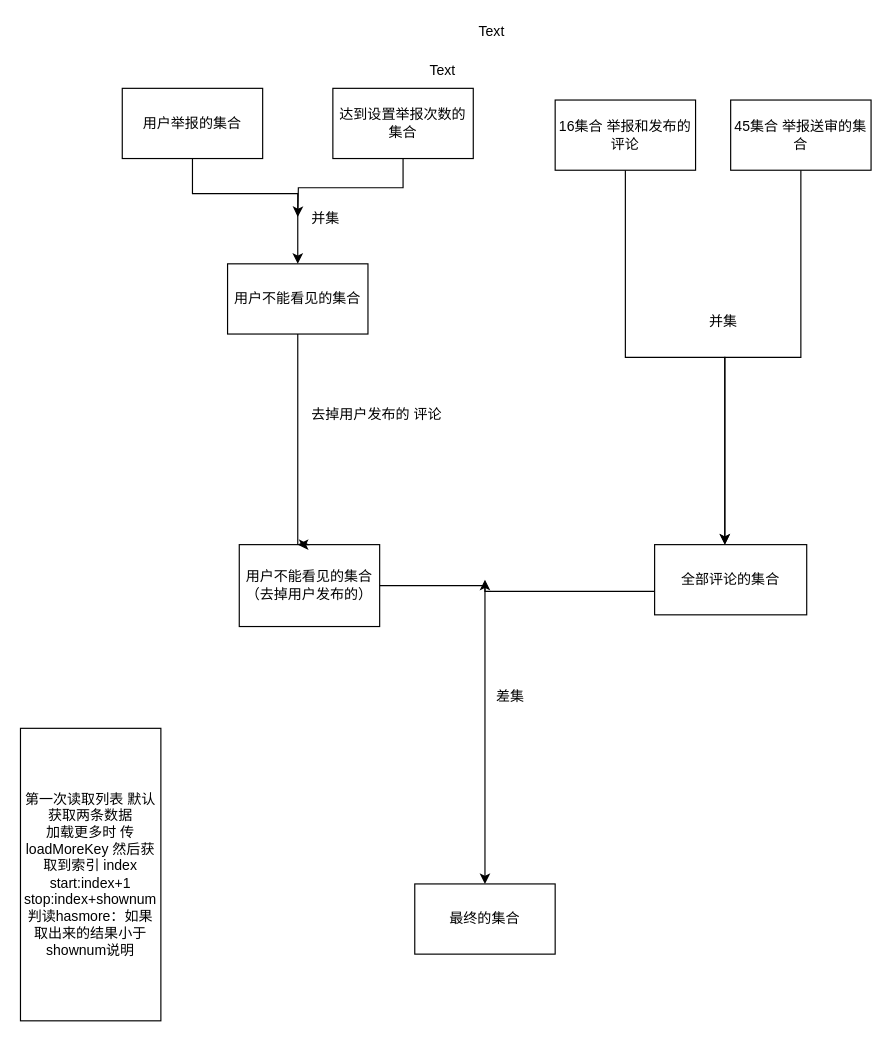
The draw.io diagram Untitled Diagram.drawio in DWNEWS-weiqingtao/node-mysql-instance, before the edit. Source tidied: cells renumbered, new cells numbered last; positions are measured from the earlier drawing's top-left corner, leaving out a move shared by most shapes. Both pictures are drawn from the tidied source at 117%, with x=0, y=0 at pixel (20, 20).
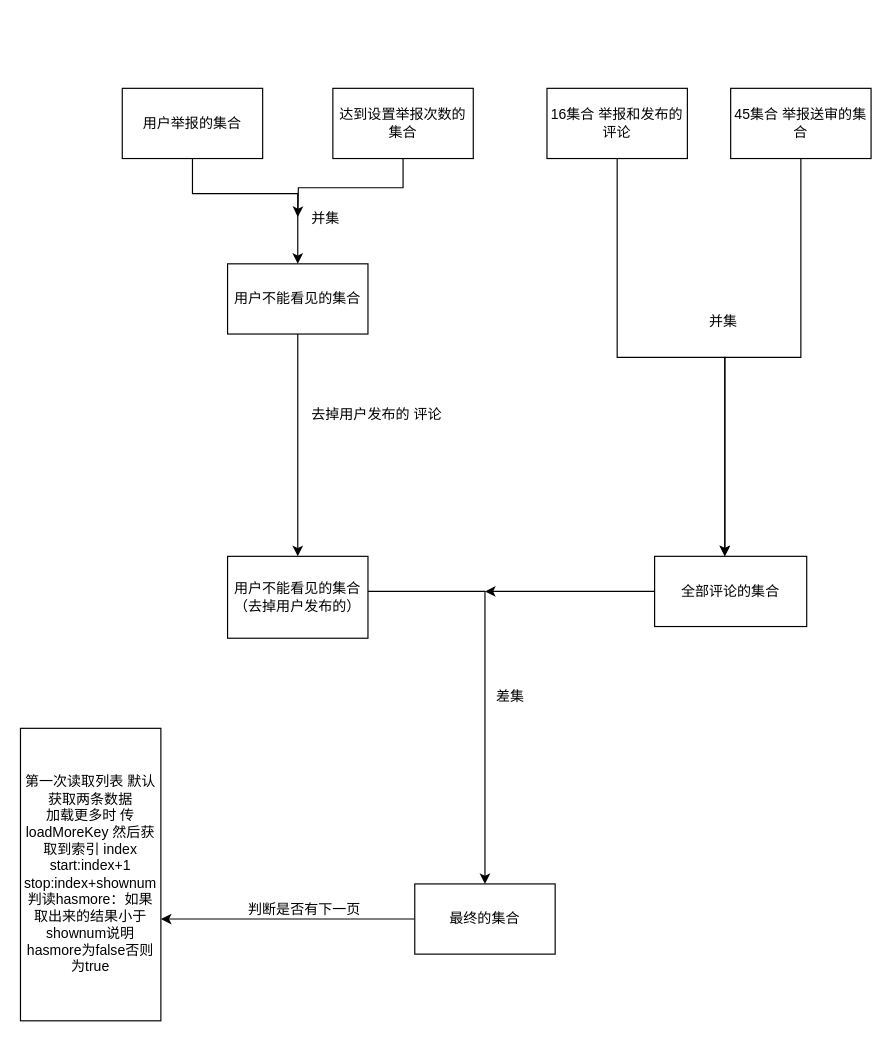
After the change.

The change refers to these unchanged cells:
```xml
<mxCell id="19" value="最终的集合" style="rounded=0;whiteSpace=wrap;html=1;" parent="1" vertex="1">
  <mxGeometry x="337" y="738" width="120" height="60" as="geometry" />
</mxCell>
```

What changed in the source:
```diff
@@
     <mxCell id="9" style="edgeStyle=orthogonalEdgeStyle;rounded=0;jettySize=auto;html=1;" parent="1" edge="1" source="10" target="19">
-      <mxGeometry relative="1" as="geometry" />
+      <mxGeometry relative="1" as="geometry">
+        <Array as="points">
+          <mxPoint x="397" y="488" />
+        </Array>
+      </mxGeometry>
     </mxCell>
     <mxCell id="10" value="用户不能看见的集合（去掉用户发布的）" style="rounded=0;whiteSpace=wrap;html=1;" parent="1" vertex="1">
-      <mxGeometry x="187" y="448" width="120" height="70" as="geometry" />
+      <mxGeometry x="177" y="458" width="120" height="70" as="geometry" />
     </mxCell>
@@
     <mxCell id="12" style="edgeStyle=orthogonalEdgeStyle;rounded=0;jettySize=auto;html=1;" parent="1" edge="1" source="13" target="17">
       <mxGeometry relative="1" as="geometry">
         <Array as="points">
-          <mxPoint x="517" y="288" />
+          <mxPoint x="510" y="288" />
           <mxPoint x="602" y="288" />
         </Array>
       </mxGeometry>
     </mxCell>
     <mxCell id="13" value="16集合 举报和发布的评论" style="rounded=0;whiteSpace=wrap;html=1;" parent="1" vertex="1">
-      <mxGeometry x="457" y="68" width="120" height="60" as="geometry" />
+      <mxGeometry x="450" y="58" width="120" height="60" as="geometry" />
     </mxCell>
@@
     <mxCell id="15" value="45集合 举报送审的集合" style="rounded=0;whiteSpace=wrap;html=1;" parent="1" vertex="1">
-      <mxGeometry x="607" y="68" width="120" height="60" as="geometry" />
+      <mxGeometry x="607" y="58" width="120" height="60" as="geometry" />
     </mxCell>
-    <mxCell id="16" style="edgeStyle=orthogonalEdgeStyle;rounded=0;jettySize=auto;html=1;" parent="1" edge="1" source="17">
-      <mxGeometry relative="1" as="geometry">
-        <mxPoint x="397" y="478" as="targetPoint" />
-        <Array as="points">
-          <mxPoint x="397" y="488" />
-        </Array>
-      </mxGeometry>
-    </mxCell>
+    <mxCell id="26" style="edgeStyle=orthogonalEdgeStyle;rounded=0;jettySize=auto;html=1;" parent="1" edge="1" source="17">
+      <mxGeometry relative="1" as="geometry">
+        <mxPoint x="397" y="488" as="targetPoint" />
+      </mxGeometry>
+    </mxCell>
     <mxCell id="17" value="全部评论的集合" style="rounded=0;whiteSpace=wrap;html=1;" parent="1" vertex="1">
-      <mxGeometry x="542" y="448" width="130" height="60" as="geometry" />
+      <mxGeometry x="542" y="458" width="130" height="60" as="geometry" />
     </mxCell>
@@
+    <mxCell id="27" style="edgeStyle=orthogonalEdgeStyle;rounded=0;jettySize=auto;html=1;entryX=1;entryY=0.652;entryDx=0;entryDy=0;entryPerimeter=0;" parent="1" edge="1" source="19" target="24">
+      <mxGeometry relative="1" as="geometry" />
+    </mxCell>
@@
-    <mxCell id="22" value="Text" style="text;html=1;align=left;verticalAlign=top;spacingTop=-4;" parent="1" vertex="1">
-      <mxGeometry x="348" y="33" width="40" height="20" as="geometry" />
-    </mxCell>
-    <mxCell id="23" value="Text" style="text;html=1;align=left;verticalAlign=top;spacingTop=-4;" parent="1" vertex="1">
-      <mxGeometry x="390" width="40" height="20" as="geometry" />
-    </mxCell>
-    <mxCell id="24" value="第一次读取列表 默认获取两条数据&lt;br&gt;加载更多时 传&lt;span&gt;loadMoreKey 然后获取到索引 index&lt;br&gt;&lt;/span&gt;start:index+1&lt;br&gt;stop:index+shownum&lt;br&gt;判读hasmore：如果取出来的结果小于shownum说明&lt;br&gt;" style="rounded=0;whiteSpace=wrap;html=1;" parent="1" vertex="1">
+    <mxCell id="24" value="第一次读取列表 默认获取两条数据&lt;br&gt;加载更多时 传&lt;span&gt;loadMoreKey 然后获取到索引 index&lt;br&gt;&lt;/span&gt;start:index+1&lt;br&gt;stop:index+shownum&lt;br&gt;判读hasmore：如果取出来的结果小于shownum说明hasmore为false否则为true&lt;br&gt;" style="rounded=0;whiteSpace=wrap;html=1;" parent="1" vertex="1">
       <mxGeometry y="605" width="120" height="250" as="geometry" />
     </mxCell>
-    <mxCell id="25" style="edgeStyle=orthogonalEdgeStyle;rounded=0;orthogonalLoop=1;jettySize=auto;html=1;exitX=0.5;exitY=0;exitDx=0;exitDy=0;entryX=0.417;entryY=0;entryDx=0;entryDy=0;entryPerimeter=0;" parent="1" edge="1" source="10" target="10">
-      <mxGeometry relative="1" as="geometry" />
-    </mxCell>
+    <mxCell id="28" value="判断是否有下一页" style="text;html=1;align=left;verticalAlign=top;spacingTop=-4;" parent="1" vertex="1">
+      <mxGeometry x="193" y="750" width="110" height="20" as="geometry" />
+    </mxCell>
```
